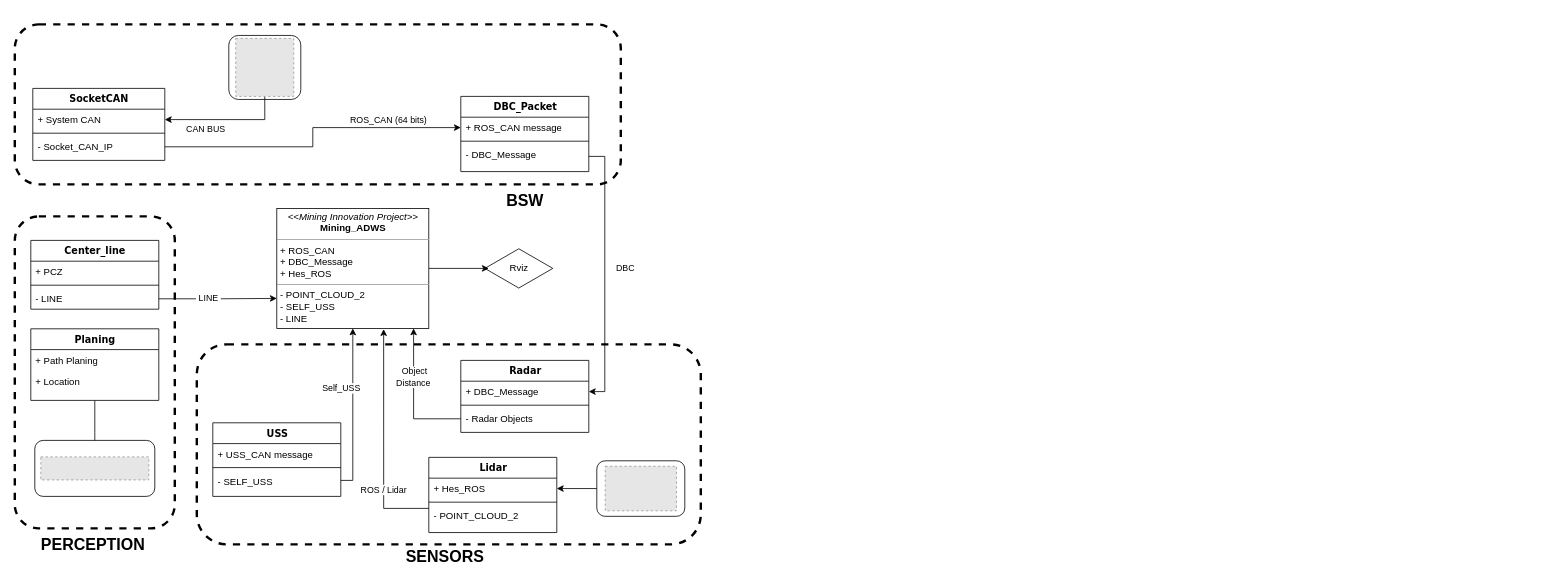
Before: pics/Untitled Diagram.drawio in Rayckey/tribot_ws, a draw.io diagram. Source tidied: cells renumbered, new cells numbered last; positions are measured from the earlier drawing's top-left corner, leaving out a move shared by most shapes. Both pictures are drawn from the tidied source at 80%, with x=0, y=0 at pixel (14, 24). Pictures stored in the file or linked from it are replaced by grey dashed boxes.
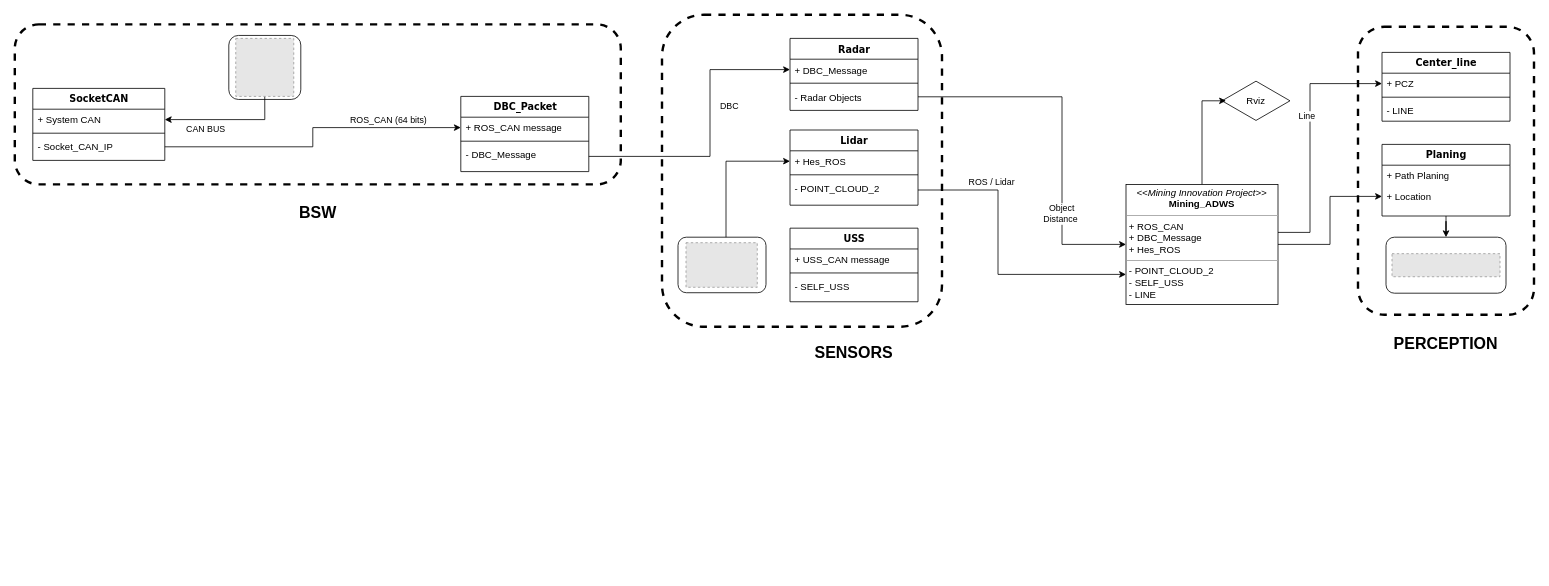
The same diagram, later.

The change refers to these unchanged cells:
```xml
<mxCell id="3" value="+ PCZ" style="text;html=1;strokeColor=none;fillColor=none;align=left;verticalAlign=top;spacingLeft=4;spacingRight=4;whiteSpace=wrap;overflow=hidden;points=[[0,0.5],[1,0.5]];portConstraint=eastwest;" parent="2" vertex="1">
  <mxGeometry y="26" width="160" height="26" as="geometry" />
</mxCell>
<mxCell id="5" value="- LINE" style="text;html=1;strokeColor=none;fillColor=none;align=left;verticalAlign=top;spacingLeft=4;spacingRight=4;whiteSpace=wrap;overflow=hidden;points=[[0,0.5],[1,0.5]];portConstraint=eastwest;" parent="2" vertex="1">
  <mxGeometry y="60" width="160" height="26" as="geometry" />
</mxCell>
<mxCell id="13" value="- DBC_Message" style="text;html=1;strokeColor=none;fillColor=none;align=left;verticalAlign=top;spacingLeft=4;spacingRight=4;whiteSpace=wrap;overflow=hidden;points=[[0,0.5],[1,0.5]];portConstraint=eastwest;" parent="10" vertex="1">
  <mxGeometry y="60" width="160" height="30" as="geometry" />
</mxCell>
<mxCell id="17" value="- SELF_USS" style="text;html=1;strokeColor=none;fillColor=none;align=left;verticalAlign=top;spacingLeft=4;spacingRight=4;whiteSpace=wrap;overflow=hidden;points=[[0,0.5],[1,0.5]];portConstraint=eastwest;" parent="14" vertex="1">
  <mxGeometry y="60" width="160" height="26" as="geometry" />
</mxCell>
<mxCell id="19" value="+ DBC_Message" style="text;html=1;strokeColor=none;fillColor=none;align=left;verticalAlign=top;spacingLeft=4;spacingRight=4;whiteSpace=wrap;overflow=hidden;points=[[0,0.5],[1,0.5]];portConstraint=eastwest;" parent="18" vertex="1">
  <mxGeometry y="26" width="160" height="26" as="geometry" />
</mxCell>
<mxCell id="21" value="- Radar Objects" style="text;html=1;strokeColor=none;fillColor=none;align=left;verticalAlign=top;spacingLeft=4;spacingRight=4;whiteSpace=wrap;overflow=hidden;points=[[0,0.5],[1,0.5]];portConstraint=eastwest;" parent="18" vertex="1">
  <mxGeometry y="60" width="160" height="26" as="geometry" />
</mxCell>
<mxCell id="25" value="+ Location" style="text;html=1;strokeColor=none;fillColor=none;align=left;verticalAlign=top;spacingLeft=4;spacingRight=4;whiteSpace=wrap;overflow=hidden;points=[[0,0.5],[1,0.5]];portConstraint=eastwest;" parent="23" vertex="1">
  <mxGeometry y="52" width="160" height="26" as="geometry" />
</mxCell>
<mxCell id="27" value="+ Hes_ROS" style="text;html=1;strokeColor=none;fillColor=none;align=left;verticalAlign=top;spacingLeft=4;spacingRight=4;whiteSpace=wrap;overflow=hidden;points=[[0,0.5],[1,0.5]];portConstraint=eastwest;" parent="26" vertex="1">
  <mxGeometry y="26" width="160" height="26" as="geometry" />
</mxCell>
<mxCell id="29" value="- POINT_CLOUD_2" style="text;html=1;strokeColor=none;fillColor=none;align=left;verticalAlign=top;spacingLeft=4;spacingRight=4;whiteSpace=wrap;overflow=hidden;points=[[0,0.5],[1,0.5]];portConstraint=eastwest;" parent="26" vertex="1">
  <mxGeometry y="60" width="160" height="30" as="geometry" />
</mxCell>
```

What changed in the source:
```diff
@@
     <mxCell id="2" value="Center_line" style="swimlane;html=1;fontStyle=1;align=center;verticalAlign=top;horizontal=1;startSize=26;swimlaneFillColor=#ffffff;rounded=0;shadow=0;comic=0;labelBackgroundColor=none;strokeWidth=1;fillColor=none;fontFamily=Verdana;fontSize=12;" parent="1" vertex="1">
-      <mxGeometry x="20" y="270" width="160" height="86" as="geometry" />
+      <mxGeometry x="1709" y="35" width="160" height="86" as="geometry" />
     </mxCell>
@@
     <mxCell id="14" value="USS" style="swimlane;html=1;fontStyle=1;align=center;verticalAlign=top;horizontal=1;startSize=26;swimlaneFillColor=#ffffff;rounded=0;shadow=0;comic=0;labelBackgroundColor=none;strokeWidth=1;fillColor=none;fontFamily=Verdana;fontSize=12;" parent="1" vertex="1">
-      <mxGeometry x="247.5" y="498" width="160" height="92" as="geometry" />
+      <mxGeometry x="969" y="254.7" width="160" height="92" as="geometry" />
     </mxCell>
@@
     <mxCell id="18" value="Radar" style="swimlane;html=1;fontStyle=1;align=center;verticalAlign=top;horizontal=1;startSize=26;swimlaneFillColor=#ffffff;rounded=0;shadow=0;comic=0;labelBackgroundColor=none;strokeWidth=1;fillColor=none;fontFamily=Verdana;fontSize=12;" parent="1" vertex="1">
-      <mxGeometry x="557.5" y="420" width="160" height="90" as="geometry" />
+      <mxGeometry x="969" y="17.5" width="160" height="90" as="geometry" />
     </mxCell>
@@
-    <mxCell id="22" style="edgeStyle=orthogonalEdgeStyle;rounded=0;jettySize=auto;html=1;" parent="1" edge="1" source="23" target="44">
-      <mxGeometry relative="1" as="geometry">
-        <Array as="points">
-          <mxPoint x="100.5" y="510" />
-          <mxPoint x="100.5" y="510" />
-        </Array>
-      </mxGeometry>
-    </mxCell>
+    <mxCell id="59" style="edgeStyle=orthogonalEdgeStyle;rounded=0;jettySize=auto;html=1;" parent="1" edge="1" source="23" target="43">
+      <mxGeometry relative="1" as="geometry" />
+    </mxCell>
     <mxCell id="23" value="Planing" style="swimlane;html=1;fontStyle=1;align=center;verticalAlign=top;horizontal=1;startSize=26;swimlaneFillColor=#ffffff;rounded=0;shadow=0;comic=0;labelBackgroundColor=none;strokeWidth=1;fillColor=none;fontFamily=Verdana;fontSize=12;" parent="1" vertex="1">
-      <mxGeometry x="20" y="380.5" width="160" height="89.5" as="geometry" />
+      <mxGeometry x="1709" y="150" width="160" height="89.5" as="geometry" />
     </mxCell>
@@
     <mxCell id="26" value="Lidar" style="swimlane;html=1;fontStyle=1;align=center;verticalAlign=top;horizontal=1;startSize=26;swimlaneFillColor=#ffffff;rounded=0;shadow=0;comic=0;labelBackgroundColor=none;strokeWidth=1;fillColor=none;fontFamily=Verdana;fontSize=12;" parent="1" vertex="1">
-      <mxGeometry x="517.5" y="541.2" width="160" height="94" as="geometry" />
+      <mxGeometry x="969" y="132" width="160" height="94" as="geometry" />
     </mxCell>
@@
     <mxCell id="30" style="edgeStyle=orthogonalEdgeStyle;rounded=0;jettySize=auto;html=1;entryX=0.059;entryY=0.5;entryDx=0;entryDy=0;entryPerimeter=0;" parent="1" edge="1" source="31" target="56">
-      <mxGeometry relative="1" as="geometry" />
+      <mxGeometry relative="1" as="geometry">
+        <Array as="points">
+          <mxPoint x="1484" y="96" />
+        </Array>
+      </mxGeometry>
     </mxCell>
+    <mxCell id="60" style="edgeStyle=orthogonalEdgeStyle;rounded=0;jettySize=auto;html=1;" parent="1" edge="1" source="31" target="3">
+      <mxGeometry relative="1" as="geometry">
+        <Array as="points">
+          <mxPoint x="1619" y="260" />
+          <mxPoint x="1619" y="74" />
+        </Array>
+      </mxGeometry>
+    </mxCell>
+    <mxCell id="61" value="&amp;nbsp;Line&amp;nbsp;" style="edgeLabel;html=1;align=center;verticalAlign=middle;" parent="60" vertex="1">
+      <mxGeometry x="0.18" y="5" relative="1" as="geometry" />
+    </mxCell>
+    <mxCell id="62" style="edgeStyle=orthogonalEdgeStyle;rounded=0;jettySize=auto;html=1;entryX=0;entryY=0.5;entryDx=0;entryDy=0;" parent="1" edge="1" source="31" target="25">
+      <mxGeometry relative="1" as="geometry" />
+    </mxCell>
     <mxCell id="31" value="&lt;p style=&quot;margin: 0px ; margin-top: 4px ; text-align: center&quot;&gt;&lt;i&gt;&amp;lt;&amp;lt;Mining Innovation Project&amp;gt;&amp;gt;&lt;/i&gt;&lt;br&gt;&lt;b&gt;Mining_ADWS&lt;/b&gt;&lt;/p&gt;&lt;hr size=&quot;1&quot;&gt;&lt;p style=&quot;margin: 0px ; margin-left: 4px&quot;&gt;+ ROS_CAN&amp;nbsp;&lt;/p&gt;&lt;p style=&quot;margin: 0px ; margin-left: 4px&quot;&gt;+ DBC_Message&lt;br&gt;+ Hes_ROS&lt;/p&gt;&lt;hr size=&quot;1&quot;&gt;&lt;p style=&quot;margin: 0px ; margin-left: 4px&quot;&gt;- POINT_CLOUD_2&lt;/p&gt;&lt;p style=&quot;margin: 0px ; margin-left: 4px&quot;&gt;- SELF_USS&lt;/p&gt;&lt;p style=&quot;margin: 0px ; margin-left: 4px&quot;&gt;- LINE&lt;/p&gt;" style="verticalAlign=top;align=left;overflow=fill;fontSize=12;fontFamily=Helvetica;html=1;rounded=0;shadow=0;comic=0;labelBackgroundColor=none;strokeWidth=1;" parent="1" vertex="1">
-      <mxGeometry x="327.5" y="230" width="190" height="150" as="geometry" />
+      <mxGeometry x="1389" y="200" width="190" height="150" as="geometry" />
     </mxCell>
@@
-    <mxCell id="35" style="edgeStyle=orthogonalEdgeStyle;rounded=0;jettySize=auto;html=1;" parent="1" edge="1" source="13" target="19">
+    <mxCell id="35" style="edgeStyle=orthogonalEdgeStyle;rounded=0;jettySize=auto;html=1;entryX=0;entryY=0.5;entryDx=0;entryDy=0;" parent="1" edge="1" source="13" target="19">
       <mxGeometry relative="1" as="geometry">
         <Array as="points">
-          <mxPoint x="737.5" y="165" />
-          <mxPoint x="737.5" y="459" />
+          <mxPoint x="869" y="165" />
+          <mxPoint x="869" y="57" />
         </Array>
       </mxGeometry>
     </mxCell>
@@
-    <mxCell id="37" style="edgeStyle=orthogonalEdgeStyle;rounded=0;jettySize=auto;html=1;" parent="1" edge="1" source="21">
+    <mxCell id="37" style="edgeStyle=orthogonalEdgeStyle;rounded=0;jettySize=auto;html=1;entryX=0;entryY=0.5;entryDx=0;entryDy=0;" parent="1" edge="1" source="21" target="31">
       <mxGeometry relative="1" as="geometry">
-        <mxPoint x="498.5" y="380" as="targetPoint" />
         <Array as="points">
-          <mxPoint x="498.5" y="493" />
+          <mxPoint x="1309" y="91" />
+          <mxPoint x="1309" y="275" />
         </Array>
       </mxGeometry>
     </mxCell>
@@
-    <mxCell id="39" style="edgeStyle=orthogonalEdgeStyle;rounded=0;jettySize=auto;html=1;entryX=0.703;entryY=1.006;entryDx=0;entryDy=0;entryPerimeter=0;" parent="1" edge="1" source="29" target="31">
+    <mxCell id="39" style="edgeStyle=orthogonalEdgeStyle;rounded=0;jettySize=auto;html=1;entryX=0;entryY=0.75;entryDx=0;entryDy=0;" parent="1" edge="1" source="29" target="31">
       <mxGeometry relative="1" as="geometry">
         <Array as="points">
-          <mxPoint x="461.5" y="605" />
+          <mxPoint x="1229" y="207" />
+          <mxPoint x="1229" y="313" />
         </Array>
       </mxGeometry>
     </mxCell>
@@
-    <mxCell id="41" style="edgeStyle=orthogonalEdgeStyle;rounded=0;jettySize=auto;html=1;entryX=0.5;entryY=1;entryDx=0;entryDy=0;" parent="1" edge="1" source="17" target="31">
-      <mxGeometry relative="1" as="geometry">
-        <Array as="points">
-          <mxPoint x="327.5" y="570" />
-          <mxPoint x="422.5" y="570" />
-        </Array>
-      </mxGeometry>
-    </mxCell>
-    <mxCell id="42" value="Self_USS" style="edgeLabel;html=1;align=center;verticalAlign=middle;" parent="41" vertex="1">
-      <mxGeometry x="-0.69" y="-2" relative="1" as="geometry">
-        <mxPoint x="-17" y="-99" as="offset" />
-      </mxGeometry>
-    </mxCell>
     <mxCell id="43" style="rounded=1;whiteSpace=wrap;html=1;" parent="1" vertex="1">
-      <mxGeometry x="25" y="520" width="150" height="70" as="geometry" />
+      <mxGeometry x="1714" y="266" width="150" height="70" as="geometry" />
     </mxCell>
     <mxCell id="44" style="fillColor=#E6E6E6;strokeColor=#999999;dashed=1;verticalLabelPosition=bottom;labelBackgroundColor=#ffffff;verticalAlign=top;" parent="1" vertex="1">
-      <mxGeometry x="32.5" y="540.6" width="135" height="28.8" as="geometry" />
+      <mxGeometry x="1721.5" y="286.6" width="135" height="28.8" as="geometry" />
     </mxCell>
     <mxCell id="45" style="rounded=1;whiteSpace=wrap;html=1;fillColor=none;dashed=1;strokeWidth=3;" parent="1" vertex="1">
-      <mxGeometry y="240" width="200" height="390" as="geometry" />
+      <mxGeometry x="809" y="-12" width="350" height="390" as="geometry" />
     </mxCell>
     <mxCell id="46" value="&lt;span style=&quot;font-size: 20px&quot;&gt;&lt;b&gt;PERCEPTION&lt;/b&gt;&lt;/span&gt;" style="text;html=1;strokeColor=none;fillColor=none;align=center;verticalAlign=middle;whiteSpace=wrap;rounded=0;dashed=1;" parent="1" vertex="1">
-      <mxGeometry x="32.5" y="630" width="130" height="40" as="geometry" />
+      <mxGeometry x="1724" y="378" width="130" height="40" as="geometry" />
     </mxCell>
@@
     <mxCell id="48" value="&lt;span style=&quot;font-size: 20px&quot;&gt;&lt;b&gt;BSW&lt;/b&gt;&lt;/span&gt;" style="text;html=1;strokeColor=none;fillColor=none;align=center;verticalAlign=middle;whiteSpace=wrap;rounded=0;dashed=1;" parent="1" vertex="1">
-      <mxGeometry x="572.5" y="200" width="130" height="40" as="geometry" />
+      <mxGeometry x="313.8" y="214.7" width="130" height="40" as="geometry" />
     </mxCell>
     <mxCell id="49" style="rounded=1;whiteSpace=wrap;html=1;fillColor=none;dashed=1;strokeWidth=3;" parent="1" vertex="1">
-      <mxGeometry x="227.5" y="400" width="630" height="250" as="geometry" />
+      <mxGeometry x="1679" y="3" width="220" height="360" as="geometry" />
     </mxCell>
     <mxCell id="50" value="&lt;b&gt;&lt;font style=&quot;font-size: 20px&quot;&gt;SENSORS&lt;/font&gt;&lt;/b&gt;" style="text;html=1;strokeColor=none;fillColor=none;align=center;verticalAlign=middle;whiteSpace=wrap;rounded=0;dashed=1;" parent="1" vertex="1">
-      <mxGeometry x="472.5" y="645" width="130" height="40" as="geometry" />
+      <mxGeometry x="984" y="390" width="130" height="40" as="geometry" />
     </mxCell>
     <mxCell id="51" style="edgeStyle=orthogonalEdgeStyle;rounded=0;jettySize=auto;html=1;" parent="1" edge="1" source="52" target="27">
-      <mxGeometry relative="1" as="geometry" />
+      <mxGeometry relative="1" as="geometry">
+        <Array as="points">
+          <mxPoint x="889" y="171" />
+        </Array>
+      </mxGeometry>
     </mxCell>
     <mxCell id="52" style="rounded=1;whiteSpace=wrap;html=1;strokeWidth=1;fillColor=none;" parent="1" vertex="1">
-      <mxGeometry x="727.5" y="545.5" width="110" height="69.4" as="geometry" />
+      <mxGeometry x="829" y="266" width="110" height="69.4" as="geometry" />
     </mxCell>
     <mxCell id="53" style="fillColor=#E6E6E6;strokeColor=#999999;dashed=1;verticalLabelPosition=bottom;labelBackgroundColor=#ffffff;verticalAlign=top;" parent="1" vertex="1">
-      <mxGeometry x="738" y="552.3" width="89.1" height="55.7" as="geometry" />
+      <mxGeometry x="839" y="272.9" width="89.1" height="55.7" as="geometry" />
     </mxCell>
@@
     <mxCell id="56" value="Rviz" style="html=1;whiteSpace=wrap;shape=isoRectangle;strokeWidth=1;fillColor=none;" parent="1" vertex="1">
-      <mxGeometry x="587.5" y="279.5" width="85" height="51" as="geometry" />
+      <mxGeometry x="1509" y="70" width="85" height="51" as="geometry" />
     </mxCell>
-    <mxCell id="57" style="edgeStyle=orthogonalEdgeStyle;rounded=0;jettySize=auto;html=1;entryX=0;entryY=0.75;entryDx=0;entryDy=0;" parent="1" edge="1" source="5" target="31">
-      <mxGeometry relative="1" as="geometry" />
-    </mxCell>
-    <mxCell id="58" value="&amp;nbsp;LINE&amp;nbsp;" style="edgeLabel;html=1;align=center;verticalAlign=middle;" parent="57" vertex="1">
-      <mxGeometry x="-0.17" y="2" relative="1" as="geometry" />
-    </mxCell>
```
